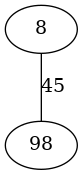
The Graphviz diagram src/output_Kruskal.png in Joaopclopes/Teoria-dos-Grafos-Trabalho-1, before a commit. Its source is kept beside it as src/output_Kruskal.dot.
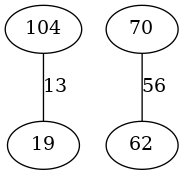
After the commit.

Diff of the diagram source:
```diff
@@ -1,3 +1,6 @@
 graph{
-8 -- 98[label = 45];
+104 -- 19[label = 13];
+70 -- 62[label = 56];
+19;
+62;
 }
```
